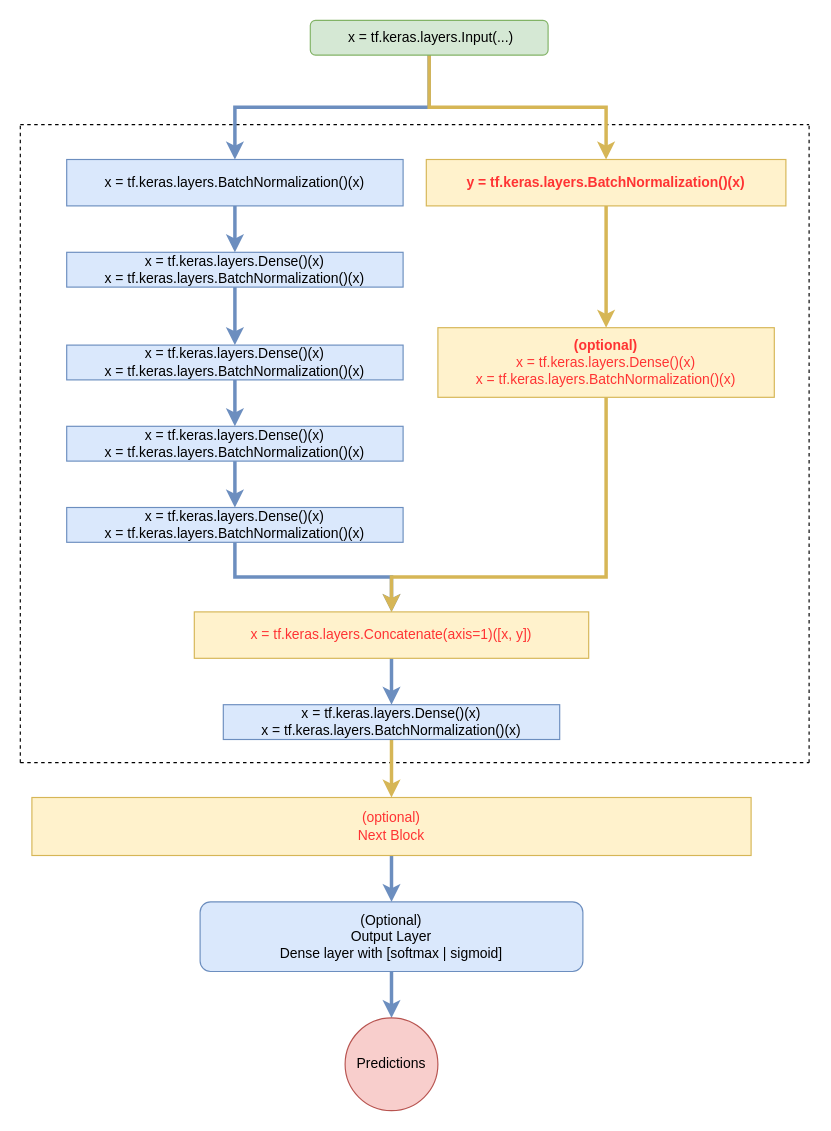
Above: assets/residual_mlp_summary.drawio in david-thrower/residual_MLP_Tests (draw.io), before the change. Source tidied: cells renumbered, new cells numbered last; positions are measured from the earlier drawing's top-left corner, leaving out a move shared by most shapes. Both pictures are drawn from the tidied source at 116%, with x=0, y=0 at pixel (20, 20).
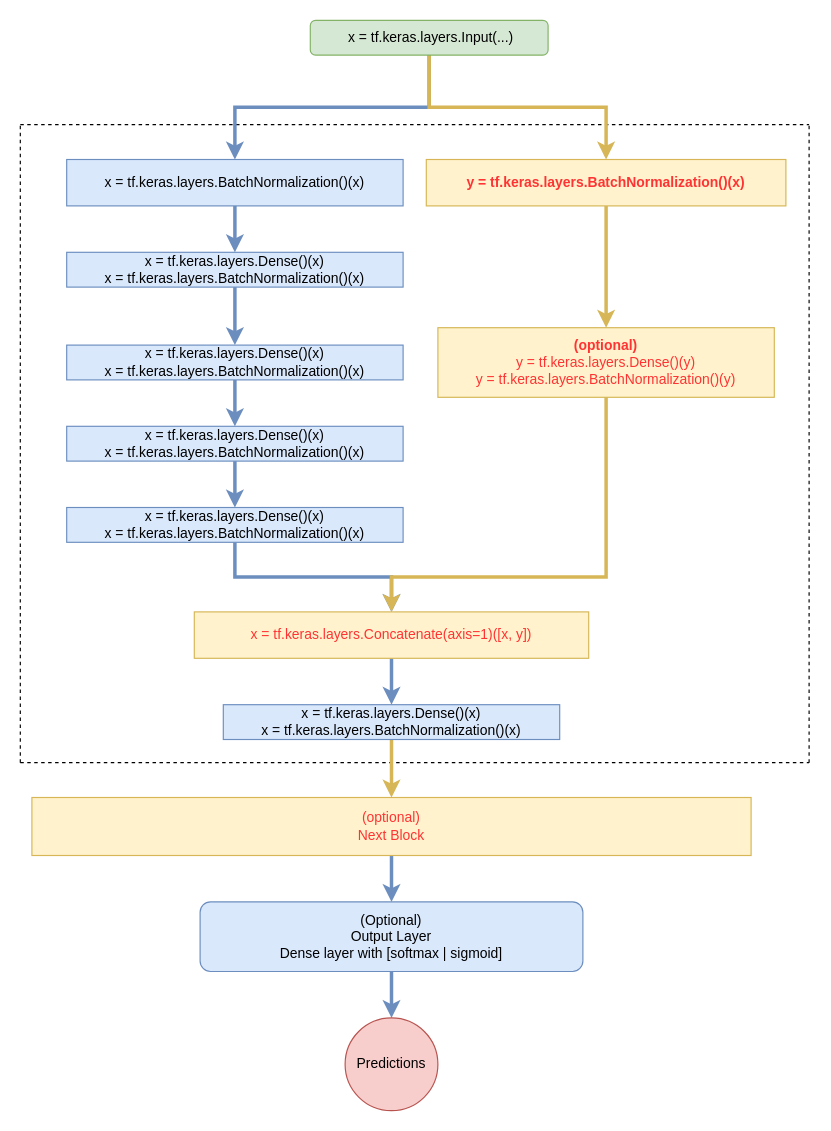
Above is the later version.

Commit message (it also covers changes not shown here):
Typo correction on the summary of what residual MLPs mean.

What changed in the source:
```diff
@@
-    <mxCell id="26" value="&lt;div&gt;&lt;font color=&quot;#FF3333&quot;&gt;&lt;b&gt;(optional)&lt;/b&gt;&lt;br&gt;&lt;/font&gt;&lt;/div&gt;&lt;div&gt;&lt;font color=&quot;#FF3333&quot;&gt;x = tf.keras.layers.Dense()(x)&lt;/font&gt;&lt;/div&gt;&lt;div&gt;&lt;font color=&quot;#FF3333&quot;&gt;x = tf.keras.layers.BatchNormalization()(x)&lt;/font&gt;&lt;/div&gt;" style="rounded=0;whiteSpace=wrap;html=1;fillColor=#fff2cc;strokeColor=#d6b656;" parent="1" vertex="1">
+    <mxCell id="26" value="&lt;div&gt;&lt;font color=&quot;#FF3333&quot;&gt;&lt;b&gt;(optional)&lt;/b&gt;&lt;br&gt;&lt;/font&gt;&lt;/div&gt;&lt;div&gt;&lt;font color=&quot;#FF3333&quot;&gt;y = tf.keras.layers.Dense()(y)&lt;/font&gt;&lt;/div&gt;&lt;div&gt;&lt;font color=&quot;#FF3333&quot;&gt;y = tf.keras.layers.BatchNormalization()(y)&lt;/font&gt;&lt;/div&gt;" style="rounded=0;whiteSpace=wrap;html=1;fillColor=#fff2cc;strokeColor=#d6b656;" parent="1" vertex="1">
       <mxGeometry x="360" y="265" width="290" height="60" as="geometry" />
     </mxCell>
```
